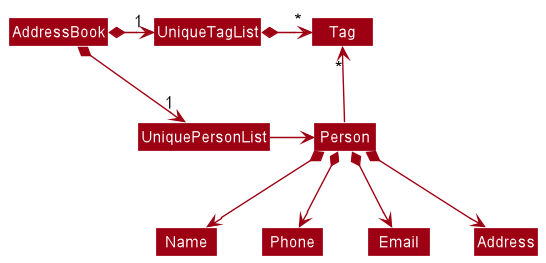
This is docs/images/BetterModelClassDiagram.png from nus-cs2103-AY2122S1/tp, a PlantUML export, as it was before one commit.
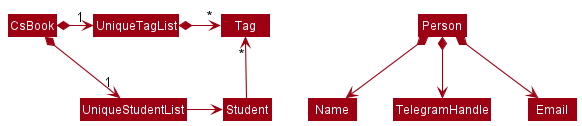
The same diagram one commit later.

What changed in the source:
```diff
@@ -4,18 +4,18 @@
 skinparam arrowColor MODEL_COLOR
 skinparam classBackgroundColor MODEL_COLOR
 
-AddressBook *-right-> "1" UniquePersonList
-AddressBook *-right-> "1" UniqueTagList
-UniqueTagList -[hidden]down- UniquePersonList
-UniqueTagList -[hidden]down- UniquePersonList
+CsBook *-right-> "1" UniqueStudentList
+CsBook *-right-> "1" UniqueTagList
+UniqueTagList -[hidden]down- UniqueStudentList
+UniqueTagList -[hidden]down- UniqueStudentList
 
 UniqueTagList *-right-> "*" Tag
-UniquePersonList -right-> Person
+UniqueStudentList -right-> Student
 
-Person -up-> "*" Tag
+Student -up-> "*" Tag
 
 Person *--> Name
-Person *--> Phone
+Person *--> TelegramHandle
 Person *--> Email
-Person *--> Address
+
 @enduml
```
